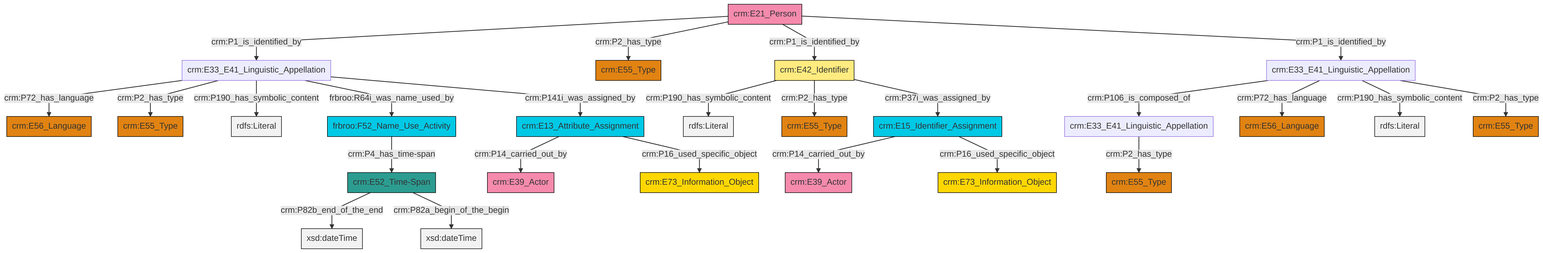
swiss-art-research-net/reference-data-models keeps this Mermaid diagram as et/personCSV/ttl/mmd/png/Person_Names_and_Classification.png. Above is the earlier version. Its source is kept beside it as et/personCSV/ttl/mmd/Person_Names_and_Classification.ttl.mmd.
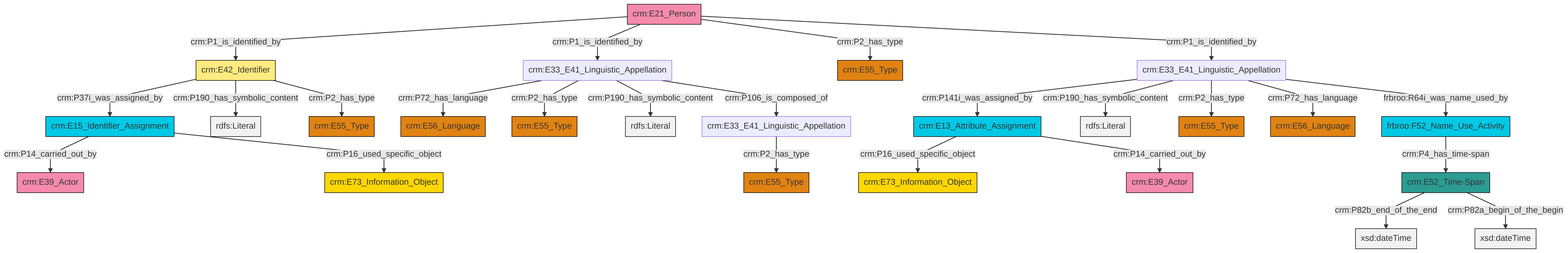
Later version of the same file.

Change to the diagram source:
```diff
@@ -13,27 +13,27 @@
 classDef PC_Classes fill:#4ce600, stroke:#000000;
 classDef Multi fill:#cccccc,stroke:#000000;
 
-0["crm:E33_E41_Linguistic_Appellation"]:::Default -->|crm:P106_is_composed_of| 1["crm:E33_E41_Linguistic_Appellation"]:::Default
-2["crm:E21_Person"]:::Actor -->|crm:P1_is_identified_by| 3["crm:E33_E41_Linguistic_Appellation"]:::Default
-1["crm:E33_E41_Linguistic_Appellation"]:::Default -->|crm:P2_has_type| 5["crm:E55_Type"]:::Type
-3["crm:E33_E41_Linguistic_Appellation"]:::Default -->|crm:P72_has_language| 7["crm:E56_Language"]:::Type
-2["crm:E21_Person"]:::Actor -->|crm:P2_has_type| 8["crm:E55_Type"]:::Type
-0["crm:E33_E41_Linguistic_Appellation"]:::Default -->|crm:P72_has_language| 18["crm:E56_Language"]:::Type
-19["crm:E13_Attribute_Assignment"]:::Temporal_Entity -->|crm:P14_carried_out_by| 20["crm:E39_Actor"]:::Actor
-2["crm:E21_Person"]:::Actor -->|crm:P1_is_identified_by| 21["crm:E42_Identifier"]:::Appellation
-3["crm:E33_E41_Linguistic_Appellation"]:::Default -->|crm:P2_has_type| 24["crm:E55_Type"]:::Type
-3["crm:E33_E41_Linguistic_Appellation"]:::Default -->|crm:P190_has_symbolic_content| 26[rdfs:Literal]:::Literal
-3["crm:E33_E41_Linguistic_Appellation"]:::Default -->|frbroo:R64i_was_name_used_by| 28["frbroo:F52_Name_Use_Activity"]:::Temporal_Entity
-0["crm:E33_E41_Linguistic_Appellation"]:::Default -->|crm:P190_has_symbolic_content| 29[rdfs:Literal]:::Literal
-3["crm:E33_E41_Linguistic_Appellation"]:::Default -->|crm:P141i_was_assigned_by| 19["crm:E13_Attribute_Assignment"]:::Temporal_Entity
-21["crm:E42_Identifier"]:::Appellation -->|crm:P190_has_symbolic_content| 32[rdfs:Literal]:::Literal
-21["crm:E42_Identifier"]:::Appellation -->|crm:P2_has_type| 33["crm:E55_Type"]:::Type
-19["crm:E13_Attribute_Assignment"]:::Temporal_Entity -->|crm:P16_used_specific_object| 15["crm:E73_Information_Object"]:::Conceptual_Object
-28["frbroo:F52_Name_Use_Activity"]:::Temporal_Entity -->|crm:P4_has_time-span| 13["crm:E52_Time-Span"]:::Time-Span
-13["crm:E52_Time-Span"]:::Time-Span -->|crm:P82b_end_of_the_end| 40[xsd:dateTime]:::Literal
-2["crm:E21_Person"]:::Actor -->|crm:P1_is_identified_by| 0["crm:E33_E41_Linguistic_Appellation"]:::Default
-13["crm:E52_Time-Span"]:::Time-Span -->|crm:P82a_begin_of_the_begin| 42[xsd:dateTime]:::Literal
-43["crm:E15_Identifier_Assignment"]:::Temporal_Entity -->|crm:P14_carried_out_by| 22["crm:E39_Actor"]:::Actor
-0["crm:E33_E41_Linguistic_Appellation"]:::Default -->|crm:P2_has_type| 38["crm:E55_Type"]:::Type
-21["crm:E42_Identifier"]:::Appellation -->|crm:P37i_was_assigned_by| 43["crm:E15_Identifier_Assignment"]:::Temporal_Entity
-43["crm:E15_Identifier_Assignment"]:::Temporal_Entity -->|crm:P16_used_specific_object| 10["crm:E73_Information_Object"]:::Conceptual_Object
+0["crm:E15_Identifier_Assignment"]:::Temporal_Entity -->|crm:P14_carried_out_by| 1["crm:E39_Actor"]:::Actor
+8["crm:E52_Time-Span"]:::Time-Span -->|crm:P82b_end_of_the_end| 9[xsd:dateTime]:::Literal
+12["frbroo:F52_Name_Use_Activity"]:::Temporal_Entity -->|crm:P4_has_time-span| 8["crm:E52_Time-Span"]:::Time-Span
+0["crm:E15_Identifier_Assignment"]:::Temporal_Entity -->|crm:P16_used_specific_object| 15["crm:E73_Information_Object"]:::Conceptual_Object
+16["crm:E21_Person"]:::Actor -->|crm:P1_is_identified_by| 17["crm:E42_Identifier"]:::Appellation
+20["crm:E33_E41_Linguistic_Appellation"]:::Default -->|crm:P141i_was_assigned_by| 21["crm:E13_Attribute_Assignment"]:::Temporal_Entity
+20["crm:E33_E41_Linguistic_Appellation"]:::Default -->|crm:P190_has_symbolic_content| 23[rdfs:Literal]:::Literal
+17["crm:E42_Identifier"]:::Appellation -->|crm:P37i_was_assigned_by| 0["crm:E15_Identifier_Assignment"]:::Temporal_Entity
+21["crm:E13_Attribute_Assignment"]:::Temporal_Entity -->|crm:P16_used_specific_object| 31["crm:E73_Information_Object"]:::Conceptual_Object
+16["crm:E21_Person"]:::Actor -->|crm:P1_is_identified_by| 18["crm:E33_E41_Linguistic_Appellation"]:::Default
+24["crm:E33_E41_Linguistic_Appellation"]:::Default -->|crm:P2_has_type| 34["crm:E55_Type"]:::Type
+20["crm:E33_E41_Linguistic_Appellation"]:::Default -->|crm:P2_has_type| 13["crm:E55_Type"]:::Type
+18["crm:E33_E41_Linguistic_Appellation"]:::Default -->|crm:P72_has_language| 2["crm:E56_Language"]:::Type
+17["crm:E42_Identifier"]:::Appellation -->|crm:P190_has_symbolic_content| 36[rdfs:Literal]:::Literal
+21["crm:E13_Attribute_Assignment"]:::Temporal_Entity -->|crm:P14_carried_out_by| 26["crm:E39_Actor"]:::Actor
+16["crm:E21_Person"]:::Actor -->|crm:P2_has_type| 6["crm:E55_Type"]:::Type
+20["crm:E33_E41_Linguistic_Appellation"]:::Default -->|crm:P72_has_language| 10["crm:E56_Language"]:::Type
+18["crm:E33_E41_Linguistic_Appellation"]:::Default -->|crm:P2_has_type| 4["crm:E55_Type"]:::Type
+17["crm:E42_Identifier"]:::Appellation -->|crm:P2_has_type| 38["crm:E55_Type"]:::Type
+20["crm:E33_E41_Linguistic_Appellation"]:::Default -->|frbroo:R64i_was_name_used_by| 12["frbroo:F52_Name_Use_Activity"]:::Temporal_Entity
+18["crm:E33_E41_Linguistic_Appellation"]:::Default -->|crm:P190_has_symbolic_content| 42[rdfs:Literal]:::Literal
+8["crm:E52_Time-Span"]:::Time-Span -->|crm:P82a_begin_of_the_begin| 44[xsd:dateTime]:::Literal
+18["crm:E33_E41_Linguistic_Appellation"]:::Default -->|crm:P106_is_composed_of| 24["crm:E33_E41_Linguistic_Appellation"]:::Default
+16["crm:E21_Person"]:::Actor -->|crm:P1_is_identified_by| 20["crm:E33_E41_Linguistic_Appellation"]:::Default
```
